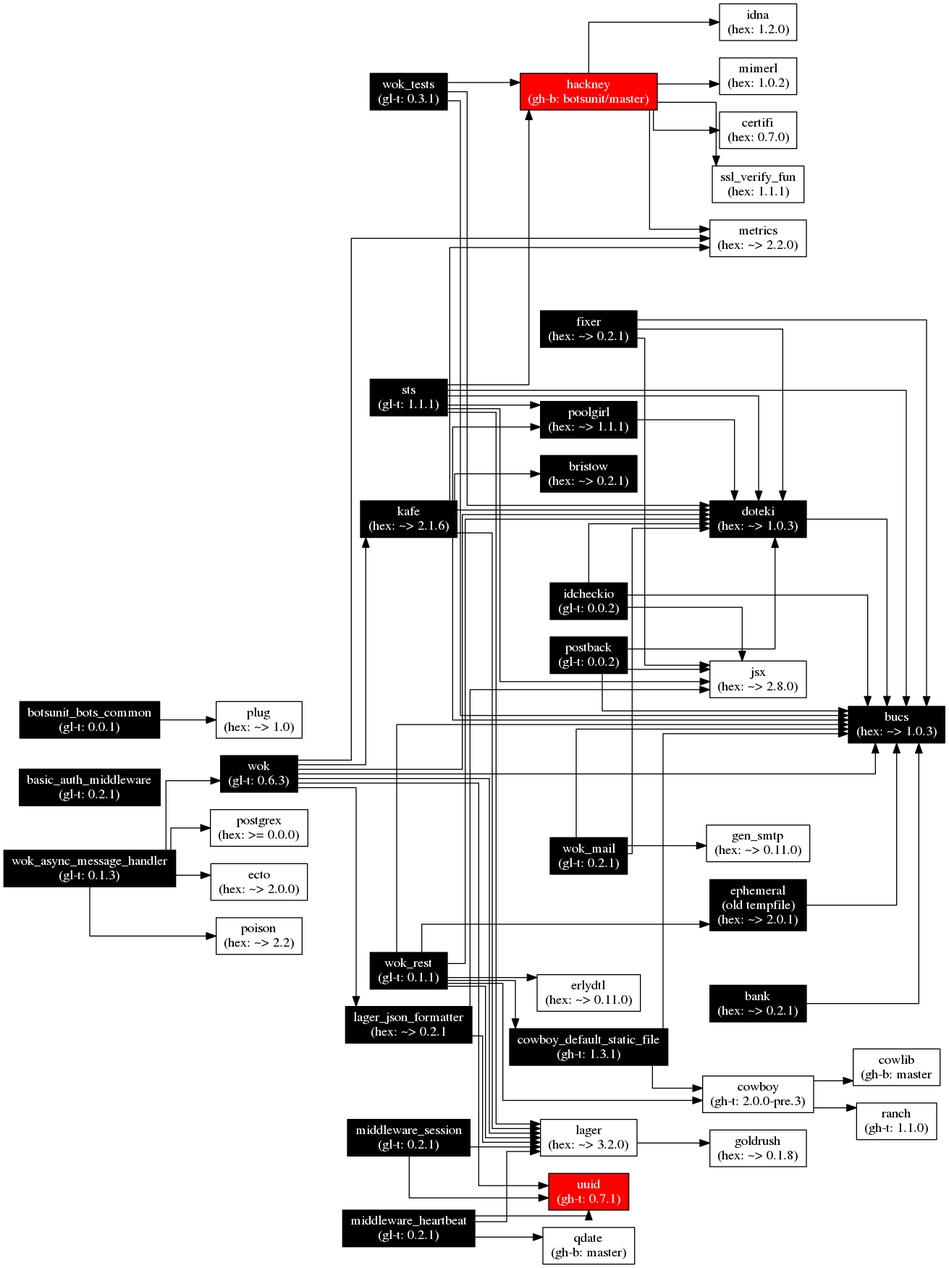
Before: images/wok.deps.png, a diagram exported from Graphviz (botsunit/wok). Its source is kept beside it as images/wok.deps.gv.
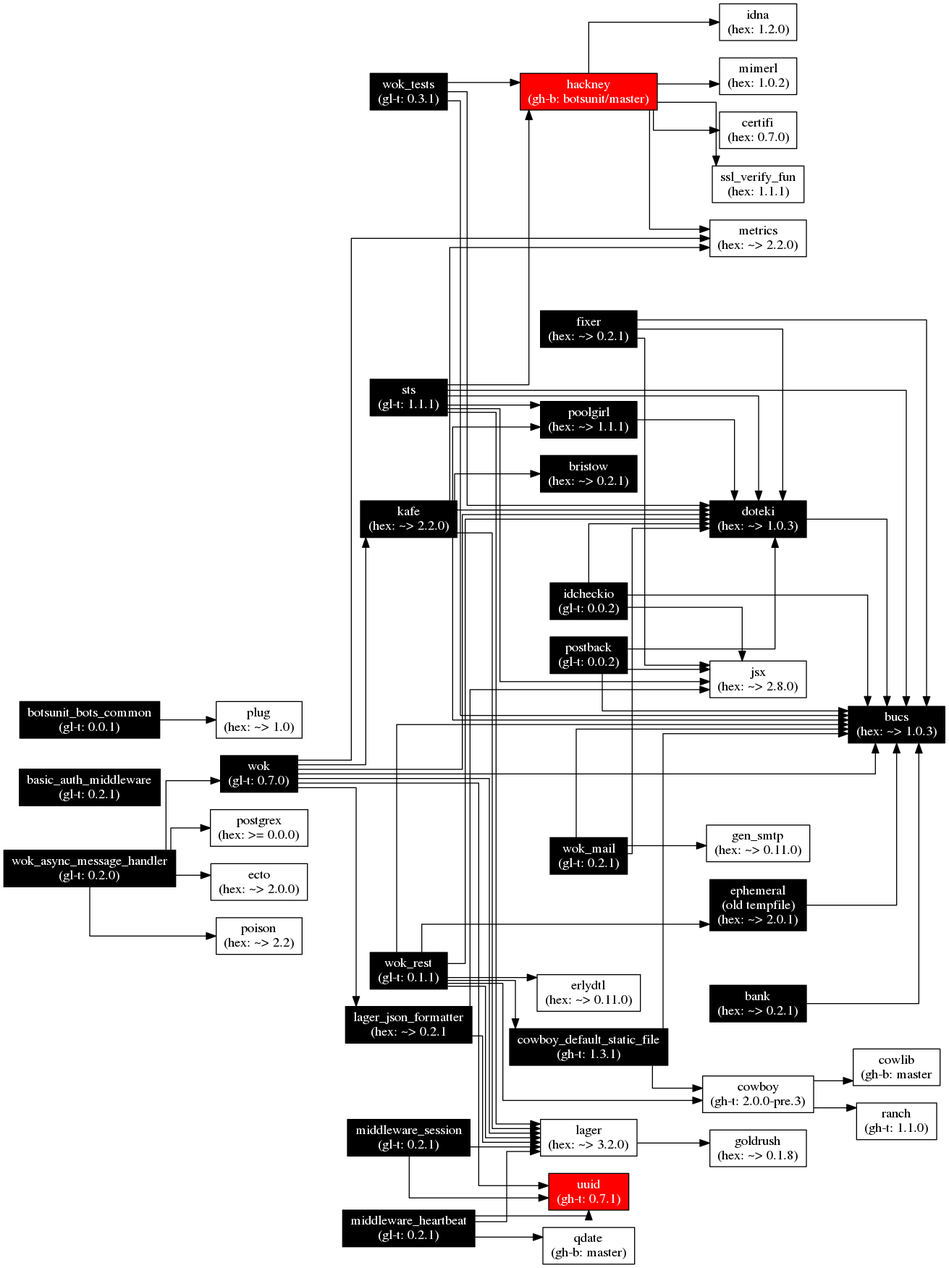
The same diagram one commit later.

Diff of the diagram source:
```diff
@@ -6,7 +6,7 @@
     rankdir=LR;
   ];
 
-  wok[label="wok\n(gl-t: 0.6.3)",
+  wok[label="wok\n(gl-t: 0.7.0)",
       fontcolor="white",
       style="filled",
       fillcolor="black"];
@@ -15,7 +15,7 @@
                        fontcolor="white",
                        style="filled"
                        fillcolor="black"];
-  kafe[label="kafe\n(hex: ~> 2.1.6)",
+  kafe[label="kafe\n(hex: ~> 2.2.0)",
        fontcolor="white",
        style="filled",
        fillcolor="black"];
@@ -88,7 +88,7 @@
                        style="filled",
                        fillcolor="black"];
   qdate[label="qdate\n(gh-b: master)"];
-  wok_async_message_handler[label="wok_async_message_handler\n(gl-t: 0.1.3)",
+  wok_async_message_handler[label="wok_async_message_handler\n(gl-t: 0.2.0)",
                             fontcolor="white",
                             style="filled",
                             fillcolor="black"];
```
